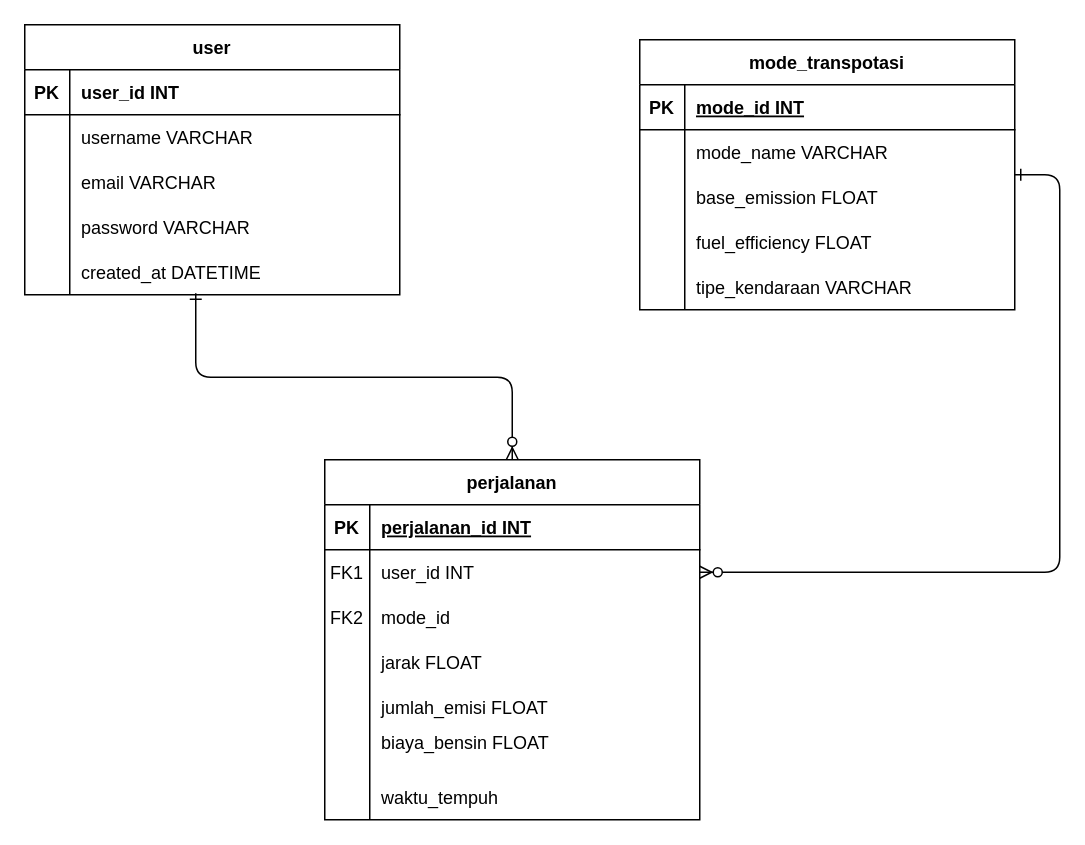
Earlier version of the draw.io diagram ERD mini projek.drawio (reihaniz/mini_projek). Source tidied: cells renumbered, new cells numbered last; positions are measured from the earlier drawing's top-left corner, leaving out a move shared by most shapes. Both pictures are drawn from the tidied source at 150%, with x=0, y=0 at pixel (24, 24).
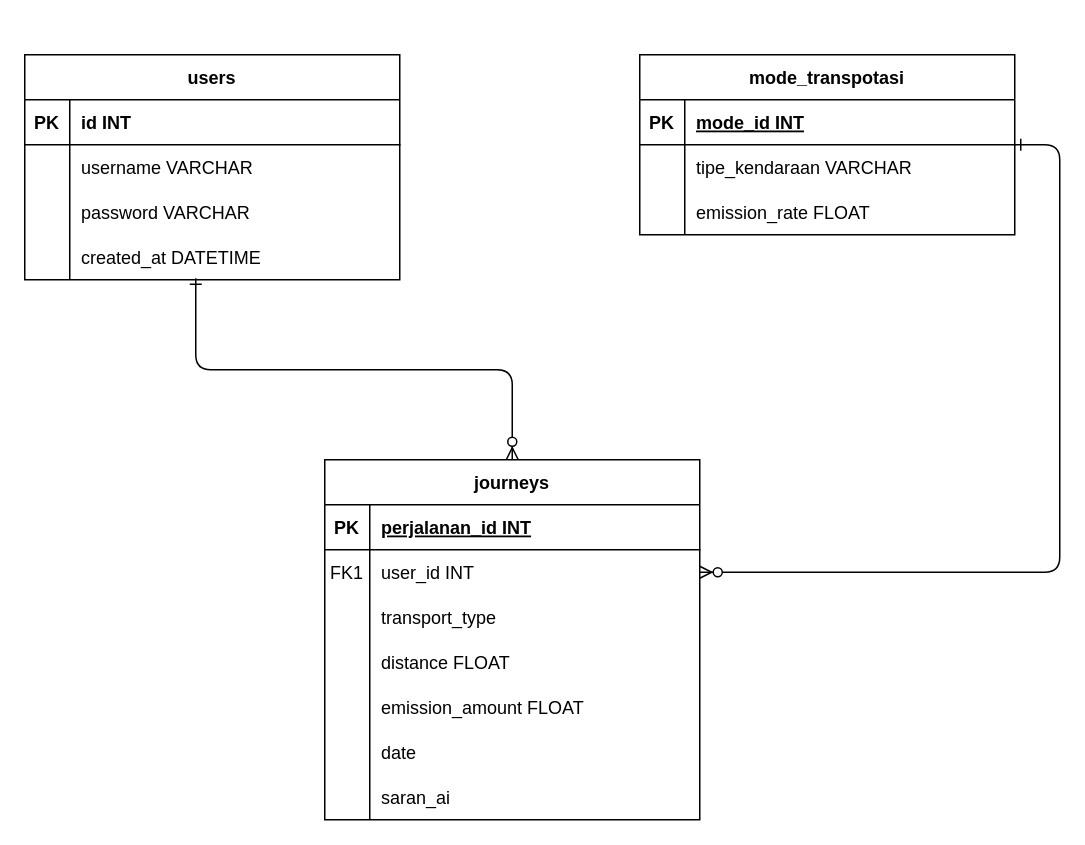
Above is the later version.

Commit message (it also covers changes not shown here):
database_kredensial

The change refers to these unchanged cells:
```xml
<mxCell id="7" style="shape=partialRectangle;fillColor=none;top=0;left=0;right=0;bottom=0;" parent="3" vertex="1">
  <mxGeometry y="60" width="250" height="30" as="geometry" />
</mxCell>
<mxCell id="10" style="shape=partialRectangle;fillColor=none;top=0;left=0;right=0;bottom=0;" parent="3" vertex="1">
  <mxGeometry y="90" width="250" height="30" as="geometry" />
</mxCell>
<mxCell id="26" style="shape=partialRectangle;fillColor=none;top=0;left=0;right=0;bottom=0;" parent="19" vertex="1">
  <mxGeometry y="90" width="250" height="30" as="geometry" />
</mxCell>
<mxCell id="29" style="shape=partialRectangle;fillColor=none;top=0;left=0;right=0;bottom=0;" parent="19" vertex="1">
  <mxGeometry y="120" width="250" height="30" as="geometry" />
</mxCell>
<mxCell id="32" style="shape=partialRectangle;fillColor=none;top=0;left=0;right=0;bottom=0;" parent="19" vertex="1">
  <mxGeometry y="150" width="250" height="30" as="geometry" />
</mxCell>
<mxCell id="35" style="shape=partialRectangle;fillColor=none;top=0;left=0;right=0;bottom=0;" parent="19" vertex="1">
  <mxGeometry y="180" width="250" height="30" as="geometry" />
</mxCell>
<mxCell id="38" style="shape=partialRectangle;fillColor=none;top=0;left=0;right=0;bottom=0;" parent="19" vertex="1">
  <mxGeometry y="210" width="250" height="30" as="geometry" />
</mxCell>
<mxCell id="42" style="shape=partialRectangle;fillColor=none;top=0;left=0;right=0;bottom=1;" parent="41" vertex="1">
  <mxGeometry y="30" width="250" height="30" as="geometry" />
</mxCell>
```

Diff of the diagram source:
```diff
@@
     <mxCell id="3" value="mode_transpotasi" style="shape=table;startSize=30;childLayout=tableLayout;rowLines=0;fontStyle=1;align=center;" parent="1" vertex="1">
-      <mxGeometry x="410" y="10" width="250" height="180" as="geometry" />
+      <mxGeometry x="410" y="20" width="250" height="120" as="geometry" />
     </mxCell>
@@
-    <mxCell id="9" value="mode_name VARCHAR" style="shape=partialRectangle;overflow=hidden;fillColor=none;top=0;left=0;bottom=0;right=0;align=left;spacingLeft=6;" parent="7" vertex="1">
+    <mxCell id="9" value="tipe_kendaraan VARCHAR" style="shape=partialRectangle;overflow=hidden;fillColor=none;top=0;left=0;bottom=0;right=0;align=left;spacingLeft=6;" parent="7" vertex="1">
       <mxGeometry x="30" width="220" height="30" as="geometry" />
     </mxCell>
@@
-    <mxCell id="12" value="base_emission FLOAT" style="shape=partialRectangle;overflow=hidden;fillColor=none;top=0;left=0;bottom=0;right=0;align=left;spacingLeft=6;" parent="10" vertex="1">
+    <mxCell id="12" value="emission_rate FLOAT" style="shape=partialRectangle;overflow=hidden;fillColor=none;top=0;left=0;bottom=0;right=0;align=left;spacingLeft=6;" parent="10" vertex="1">
       <mxGeometry x="30" width="220" height="30" as="geometry" />
     </mxCell>
-    <mxCell id="13" style="shape=partialRectangle;fillColor=none;top=0;left=0;right=0;bottom=0;" parent="3" vertex="1">
-      <mxGeometry y="120" width="250" height="30" as="geometry" />
-    </mxCell>
-    <mxCell id="14" style="shape=partialRectangle;overflow=hidden;fillColor=none;top=0;left=0;bottom=0;right=0;" parent="13" vertex="1">
-      <mxGeometry width="30" height="30" as="geometry" />
-    </mxCell>
-    <mxCell id="15" value="fuel_efficiency FLOAT" style="shape=partialRectangle;overflow=hidden;fillColor=none;top=0;left=0;bottom=0;right=0;align=left;spacingLeft=6;" parent="13" vertex="1">
-      <mxGeometry x="30" width="220" height="30" as="geometry" />
-    </mxCell>
-    <mxCell id="16" style="shape=partialRectangle;fillColor=none;top=0;left=0;right=0;bottom=0;" parent="3" vertex="1">
-      <mxGeometry y="150" width="250" height="30" as="geometry" />
-    </mxCell>
-    <mxCell id="17" style="shape=partialRectangle;overflow=hidden;fillColor=none;top=0;left=0;bottom=0;right=0;" parent="16" vertex="1">
-      <mxGeometry width="30" height="30" as="geometry" />
-    </mxCell>
-    <mxCell id="18" value="tipe_kendaraan VARCHAR" style="shape=partialRectangle;overflow=hidden;fillColor=none;top=0;left=0;bottom=0;right=0;align=left;spacingLeft=6;" parent="16" vertex="1">
-      <mxGeometry x="30" width="220" height="30" as="geometry" />
-    </mxCell>
-    <mxCell id="19" value="perjalanan" style="shape=table;startSize=30;childLayout=tableLayout;rowLines=0;fontStyle=1;align=center;" parent="1" vertex="1">
+    <mxCell id="19" value="journeys" style="shape=table;startSize=30;childLayout=tableLayout;rowLines=0;fontStyle=1;align=center;" parent="1" vertex="1">
       <mxGeometry x="200" y="290" width="250" height="240" as="geometry" />
     </mxCell>
@@
-    <mxCell id="27" value="FK2" style="shape=partialRectangle;overflow=hidden;fillColor=none;top=0;left=0;bottom=0;right=0;" parent="26" vertex="1">
+    <mxCell id="27" style="shape=partialRectangle;overflow=hidden;fillColor=none;top=0;left=0;bottom=0;right=0;" parent="26" vertex="1">
       <mxGeometry width="30" height="30" as="geometry" />
     </mxCell>
-    <mxCell id="28" value="mode_id" style="shape=partialRectangle;overflow=hidden;fillColor=none;top=0;left=0;bottom=0;right=0;align=left;spacingLeft=6;" parent="26" vertex="1">
+    <mxCell id="28" value="transport_type" style="shape=partialRectangle;overflow=hidden;fillColor=none;top=0;left=0;bottom=0;right=0;align=left;spacingLeft=6;" parent="26" vertex="1">
       <mxGeometry x="30" width="220" height="30" as="geometry" />
     </mxCell>
@@
-    <mxCell id="31" value="jarak FLOAT" style="shape=partialRectangle;overflow=hidden;fillColor=none;top=0;left=0;bottom=0;right=0;align=left;spacingLeft=6;" parent="29" vertex="1">
+    <mxCell id="31" value="distance FLOAT" style="shape=partialRectangle;overflow=hidden;fillColor=none;top=0;left=0;bottom=0;right=0;align=left;spacingLeft=6;" parent="29" vertex="1">
       <mxGeometry x="30" width="220" height="30" as="geometry" />
     </mxCell>
@@
-    <mxCell id="34" value="jumlah_emisi FLOAT" style="shape=partialRectangle;overflow=hidden;fillColor=none;top=0;left=0;bottom=0;right=0;align=left;spacingLeft=6;" parent="32" vertex="1">
+    <mxCell id="34" value="emission_amount FLOAT" style="shape=partialRectangle;overflow=hidden;fillColor=none;top=0;left=0;bottom=0;right=0;align=left;spacingLeft=6;" parent="32" vertex="1">
       <mxGeometry x="30" width="220" height="30" as="geometry" />
     </mxCell>
@@
-    <mxCell id="37" value="biaya_bensin FLOAT&#10;" style="shape=partialRectangle;overflow=hidden;fillColor=none;top=0;left=0;bottom=0;right=0;align=left;spacingLeft=6;" parent="35" vertex="1">
+    <mxCell id="37" value="date" style="shape=partialRectangle;overflow=hidden;fillColor=none;top=0;left=0;bottom=0;right=0;align=left;spacingLeft=6;" parent="35" vertex="1">
       <mxGeometry x="30" width="220" height="30" as="geometry" />
     </mxCell>
@@
-    <mxCell id="40" value="waktu_tempuh" style="shape=partialRectangle;overflow=hidden;fillColor=none;top=0;left=0;bottom=0;right=0;align=left;spacingLeft=6;" parent="38" vertex="1">
+    <mxCell id="40" value="saran_ai" style="shape=partialRectangle;overflow=hidden;fillColor=none;top=0;left=0;bottom=0;right=0;align=left;spacingLeft=6;" parent="38" vertex="1">
       <mxGeometry x="30" width="220" height="30" as="geometry" />
     </mxCell>
-    <mxCell id="41" value="user" style="shape=table;startSize=30;childLayout=tableLayout;rowLines=0;fontStyle=1;align=center;" parent="1" vertex="1">
-      <mxGeometry width="250" height="180" as="geometry" />
+    <mxCell id="41" value="users" style="shape=table;startSize=30;childLayout=tableLayout;rowLines=0;fontStyle=1;align=center;" parent="1" vertex="1">
+      <mxGeometry y="20" width="250" height="150" as="geometry" />
     </mxCell>
@@
-    <mxCell id="44" value="user_id INT" style="shape=partialRectangle;overflow=hidden;fillColor=none;top=0;left=0;bottom=0;right=0;align=left;spacingLeft=6;fontStyle=1;" parent="42" vertex="1">
+    <mxCell id="44" value="id INT" style="shape=partialRectangle;overflow=hidden;fillColor=none;top=0;left=0;bottom=0;right=0;align=left;spacingLeft=6;fontStyle=1;" parent="42" vertex="1">
       <mxGeometry x="30" width="220" height="30" as="geometry" />
     </mxCell>
@@
-    <mxCell id="48" style="shape=partialRectangle;fillColor=none;top=0;left=0;right=0;bottom=0;" parent="41" vertex="1">
-      <mxGeometry y="90" width="250" height="30" as="geometry" />
-    </mxCell>
-    <mxCell id="49" style="shape=partialRectangle;overflow=hidden;fillColor=none;top=0;left=0;bottom=0;right=0;" parent="48" vertex="1">
-      <mxGeometry width="30" height="30" as="geometry" />
-    </mxCell>
-    <mxCell id="50" value="email VARCHAR" style="shape=partialRectangle;overflow=hidden;fillColor=none;top=0;left=0;bottom=0;right=0;align=left;spacingLeft=6;" parent="48" vertex="1">
-      <mxGeometry x="30" width="220" height="30" as="geometry" />
-    </mxCell>
     <mxCell id="51" style="shape=partialRectangle;fillColor=none;top=0;left=0;right=0;bottom=0;" parent="41" vertex="1">
-      <mxGeometry y="120" width="250" height="30" as="geometry" />
+      <mxGeometry y="90" width="250" height="30" as="geometry" />
     </mxCell>
@@
     <mxCell id="54" style="shape=partialRectangle;fillColor=none;points=[[0,0.5],[1,0.5]];portConstraint=eastwest;top=0;left=0;right=0;bottom=0;" parent="41" vertex="1">
-      <mxGeometry y="150" width="250" height="30" as="geometry" />
+      <mxGeometry y="120" width="250" height="30" as="geometry" />
     </mxCell>
```
